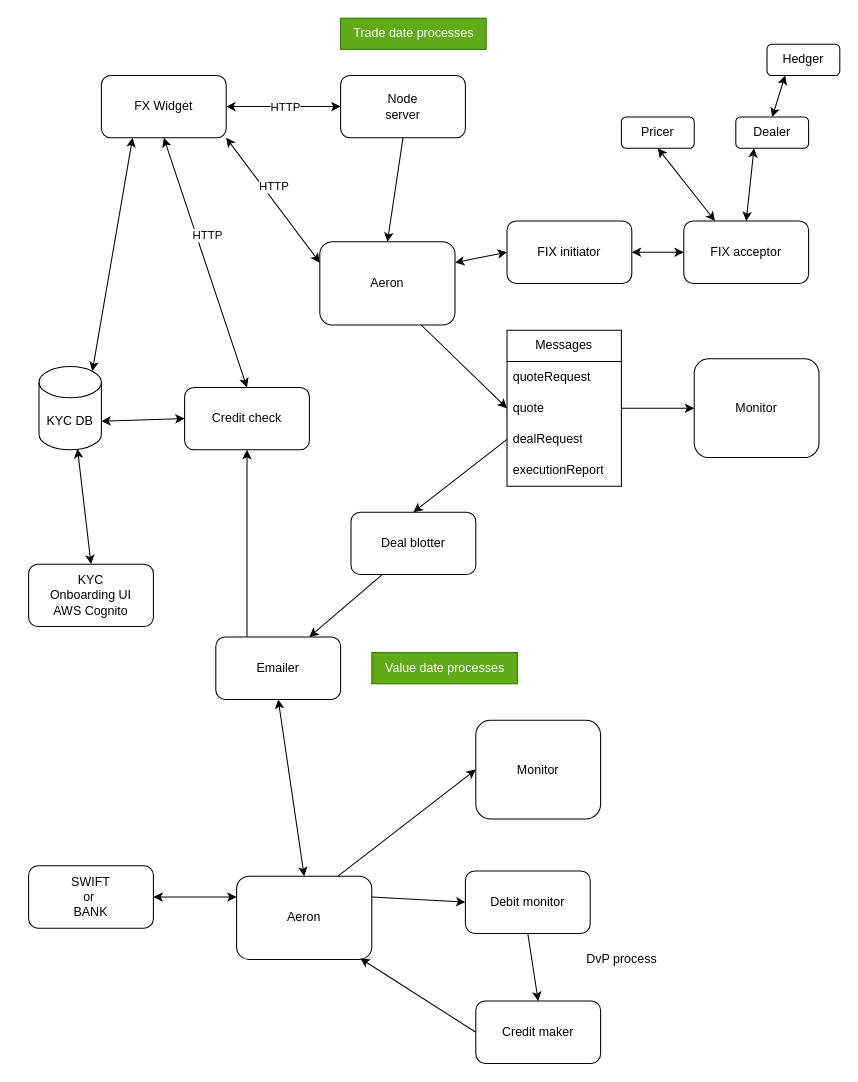
Above: arch.drawio in rupweb/ws-front-end (draw.io), before the change. Source tidied: cells renumbered, new cells numbered last; positions are measured from the earlier drawing's top-left corner, leaving out a move shared by most shapes. Both pictures are drawn from the tidied source at 104%, with x=0, y=0 at pixel (28, 18).
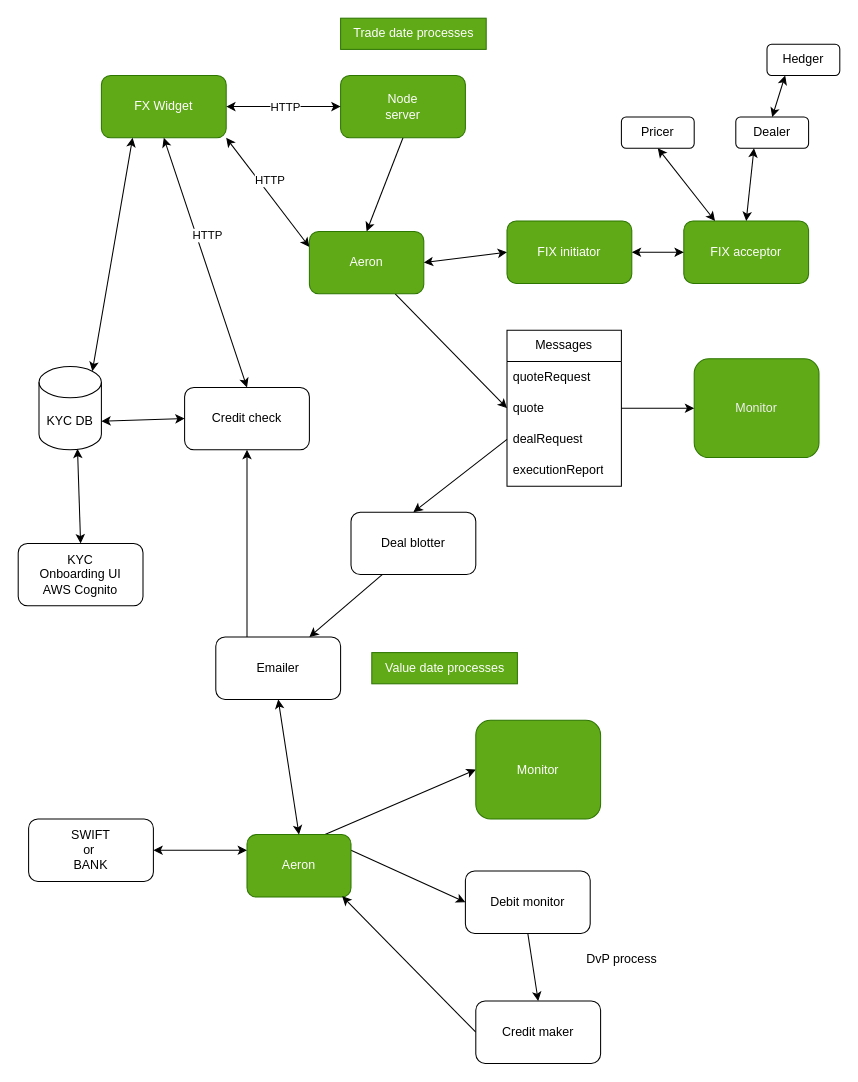
After the change.

Commit message (it also covers changes not shown here):
Update arch diag

What changed in the source:
```diff
@@
-    <mxCell id="2" value="FX Widget" style="rounded=1;whiteSpace=wrap;html=1;" parent="1" vertex="1">
+    <mxCell id="2" value="FX Widget" style="rounded=1;whiteSpace=wrap;html=1;fillColor=#60a917;fontColor=#ffffff;strokeColor=#2D7600;" parent="1" vertex="1">
       <mxGeometry x="70" y="55" width="120" height="60" as="geometry" />
     </mxCell>
@@
-    <mxCell id="4" value="Node&lt;br&gt;server" style="rounded=1;whiteSpace=wrap;html=1;" parent="1" vertex="1">
+    <mxCell id="4" value="Node&lt;br&gt;server" style="rounded=1;whiteSpace=wrap;html=1;fillColor=#60a917;fontColor=#ffffff;strokeColor=#2D7600;" parent="1" vertex="1">
       <mxGeometry x="300" y="55" width="120" height="60" as="geometry" />
     </mxCell>
@@
     <mxCell id="12" value="KYC &lt;br&gt;Onboarding UI&lt;br&gt;AWS Cognito" style="rounded=1;whiteSpace=wrap;html=1;" parent="1" vertex="1">
-      <mxGeometry y="525" width="120" height="60" as="geometry" />
+      <mxGeometry x="-10" y="505" width="120" height="60" as="geometry" />
     </mxCell>
@@
-    <mxCell id="16" value="Aeron" style="rounded=1;whiteSpace=wrap;html=1;" parent="1" vertex="1">
-      <mxGeometry x="280" y="215" width="130" height="80" as="geometry" />
+    <mxCell id="16" value="Aeron" style="rounded=1;whiteSpace=wrap;html=1;strokeColor=#2D7600;fillColor=#60a917;fontColor=#ffffff;" parent="1" vertex="1">
+      <mxGeometry x="270" y="205" width="110" height="60" as="geometry" />
     </mxCell>
@@
-    <mxCell id="20" value="Monitor" style="rounded=1;whiteSpace=wrap;html=1;" parent="1" vertex="1">
+    <mxCell id="20" value="&lt;font color=&quot;#f0f0f0&quot;&gt;Monitor&lt;/font&gt;" style="rounded=1;whiteSpace=wrap;html=1;fillColor=#60a917;fontColor=#ffffff;strokeColor=#2D7600;" parent="1" vertex="1">
       <mxGeometry x="640" y="327.5" width="120" height="95" as="geometry" />
     </mxCell>
@@
-    <mxCell id="29" value="FIX initiator" style="rounded=1;whiteSpace=wrap;html=1;" parent="1" vertex="1">
+    <mxCell id="29" value="FIX initiator" style="rounded=1;whiteSpace=wrap;html=1;fillColor=#60a917;fontColor=#ffffff;strokeColor=#2D7600;" parent="1" vertex="1">
       <mxGeometry x="460" y="195" width="120" height="60" as="geometry" />
     </mxCell>
-    <mxCell id="30" value="FIX acceptor" style="rounded=1;whiteSpace=wrap;html=1;" parent="1" vertex="1">
+    <mxCell id="30" value="FIX acceptor" style="rounded=1;whiteSpace=wrap;html=1;fillColor=#60a917;fontColor=#ffffff;strokeColor=#2D7600;" parent="1" vertex="1">
       <mxGeometry x="630" y="195" width="120" height="60" as="geometry" />
     </mxCell>
@@
-    <mxCell id="32" style="endArrow=classic;startArrow=classic;html=1;exitX=0;exitY=0.5;exitDx=0;exitDy=0;" parent="1" edge="1" source="29">
-      <mxGeometry relative="1" as="geometry">
-        <mxPoint x="410" y="235" as="targetPoint" />
-      </mxGeometry>
+    <mxCell id="32" style="endArrow=classic;startArrow=classic;html=1;exitX=0;exitY=0.5;exitDx=0;exitDy=0;entryX=1;entryY=0.5;entryDx=0;entryDy=0;" parent="1" edge="1" source="29" target="16">
+      <mxGeometry relative="1" as="geometry" />
     </mxCell>
@@
     <mxCell id="43" value="SWIFT&lt;br&gt;or&amp;nbsp;&lt;br&gt;BANK" style="rounded=1;whiteSpace=wrap;html=1;" parent="1" vertex="1">
-      <mxGeometry y="815" width="120" height="60" as="geometry" />
+      <mxGeometry y="770" width="120" height="60" as="geometry" />
     </mxCell>
@@
-    <mxCell id="48" value="Aeron" style="rounded=1;whiteSpace=wrap;html=1;" parent="1" vertex="1">
-      <mxGeometry x="200" y="825" width="130" height="80" as="geometry" />
+    <mxCell id="48" value="Aeron" style="rounded=1;whiteSpace=wrap;html=1;fillColor=#60a917;fontColor=#ffffff;strokeColor=#2D7600;" parent="1" vertex="1">
+      <mxGeometry x="210" y="785" width="100" height="60" as="geometry" />
     </mxCell>
-    <mxCell id="49" value="Monitor" style="rounded=1;whiteSpace=wrap;html=1;" parent="1" vertex="1">
+    <mxCell id="49" value="Monitor" style="rounded=1;whiteSpace=wrap;html=1;fillColor=#60a917;fontColor=#ffffff;strokeColor=#2D7600;" parent="1" vertex="1">
       <mxGeometry x="430" y="675" width="120" height="95" as="geometry" />
     </mxCell>
```
